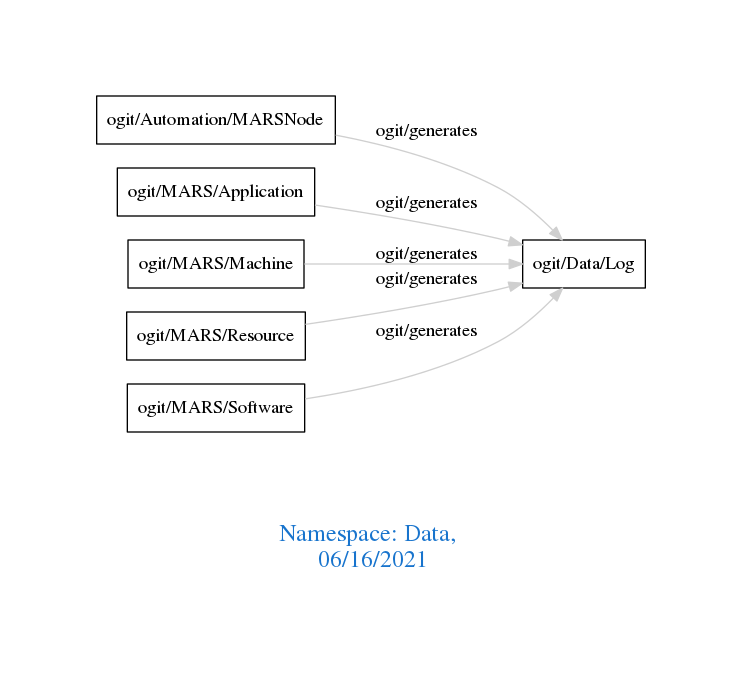
Above: downloads/Data.png in arago/OGIT (Graphviz), before the change. Its source is kept beside it as downloads/Data.dot.
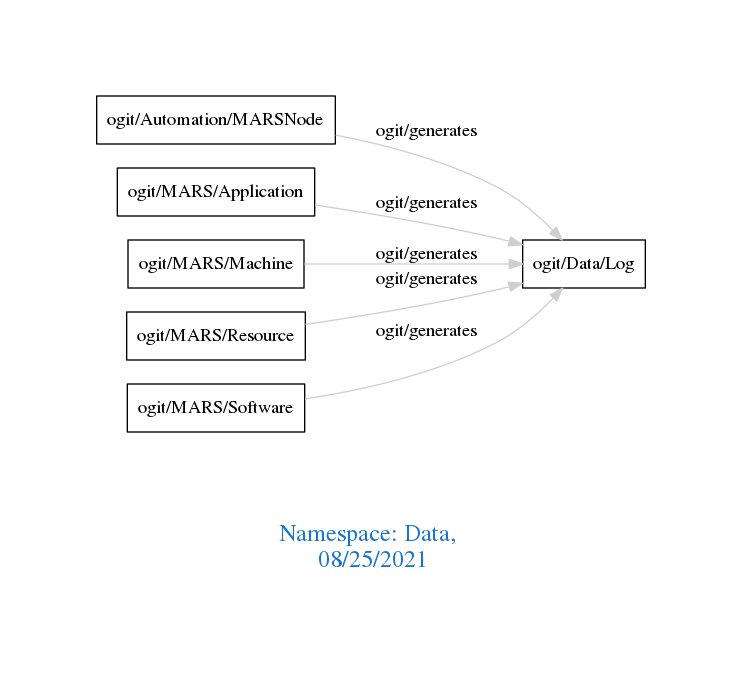
The same diagram one commit later.

What changed in the source:
```diff
@@ -1,7 +1,7 @@
 digraph OGIT_ontology {
  graph [ rankdir= LR,pad=1
 fontsize = 18,
-fontcolor= dodgerblue3,label = "\n\n\nNamespace: Data, \n 06/16/2021"];
+fontcolor= dodgerblue3,label = "\n\n\nNamespace: Data, \n 08/25/2021"];
 node[shape=polygon];
 edge [  color="gray81"];
 
```
